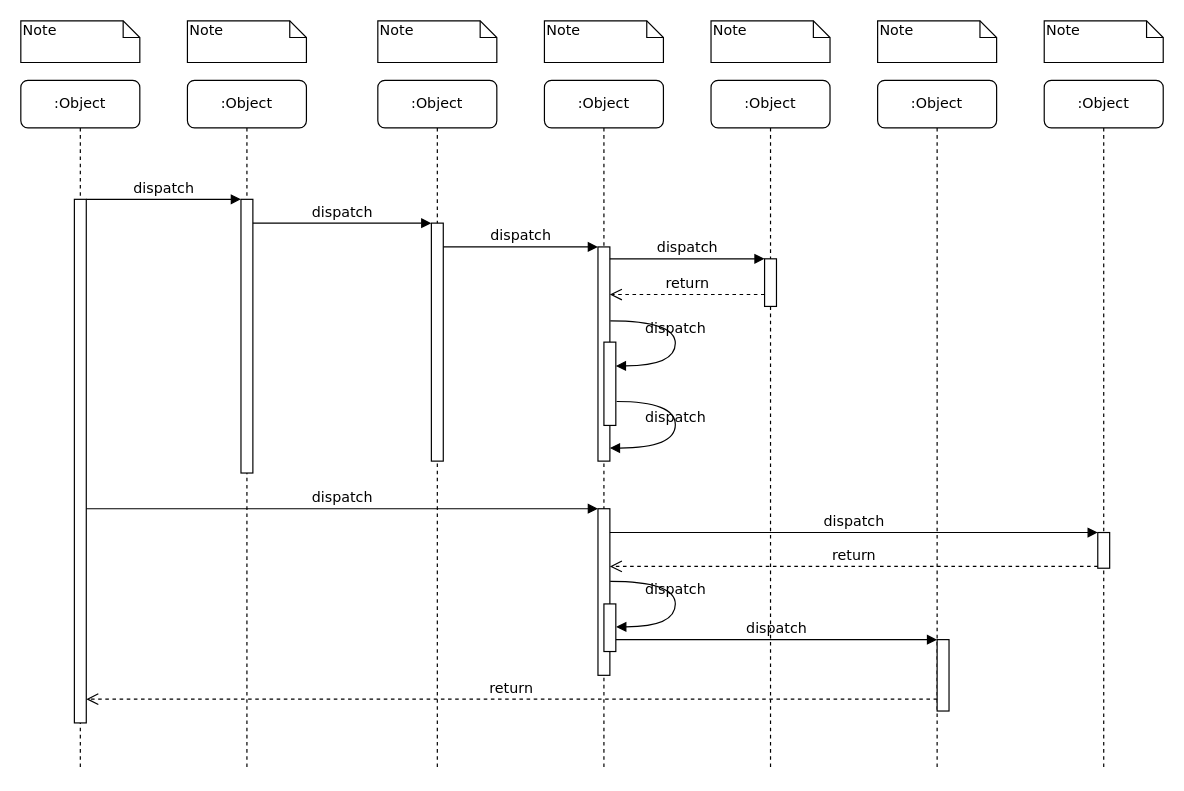
This is 未命名绘图.drawio from Colin007/diagrams, a draw.io file, before an edit. Source tidied: cells renumbered, new cells numbered last; positions are measured from the earlier drawing's top-left corner, leaving out a move shared by most shapes. Both pictures are drawn from the tidied source at 119%, with x=0, y=0 at pixel (20, 20).
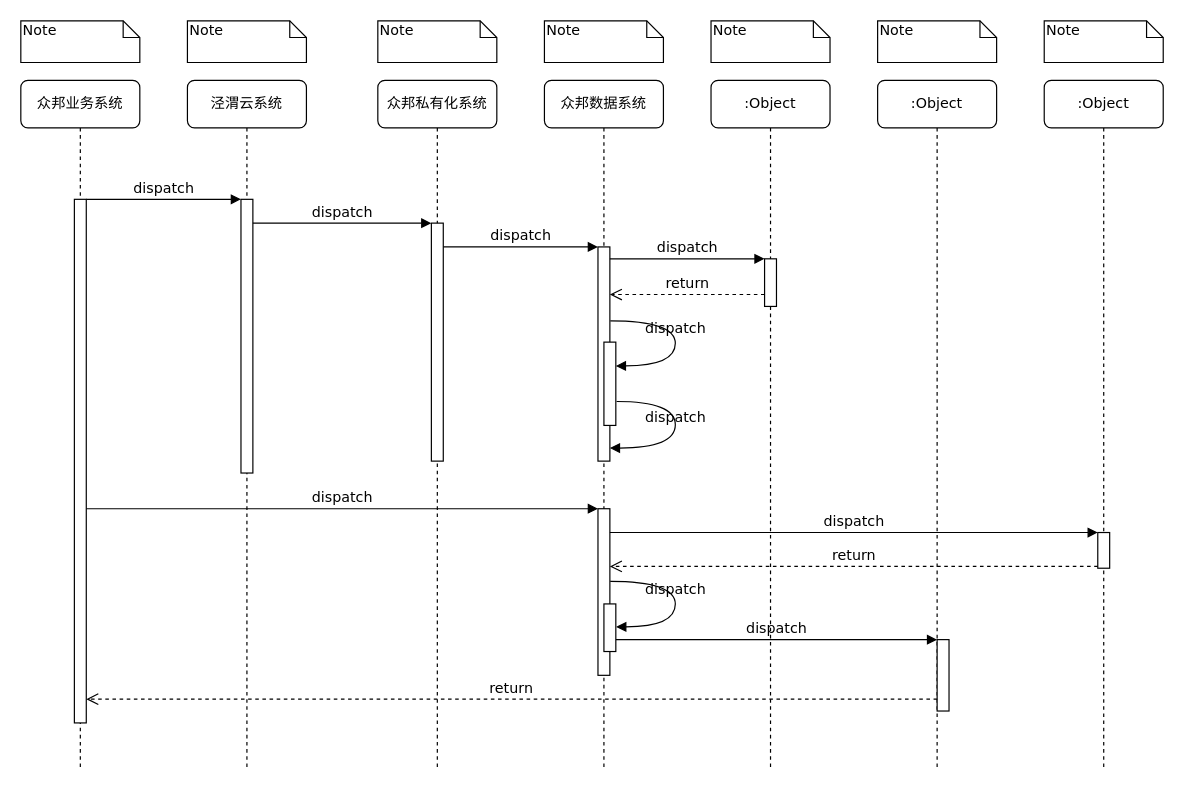
The same diagram, later.

Commit message:
众邦时序图.drawio

What changed in the source:
```diff
@@
-    <mxCell id="2" value=":Object" style="shape=umlLifeline;perimeter=lifelinePerimeter;whiteSpace=wrap;html=1;rounded=1;shadow=0;comic=0;labelBackgroundColor=none;strokeWidth=1;fontFamily=Verdana;fontSize=12;align=center;" parent="1" vertex="1">
+    <mxCell id="2" value="泾渭云系统" style="shape=umlLifeline;perimeter=lifelinePerimeter;whiteSpace=wrap;html=1;rounded=1;shadow=0;comic=0;labelBackgroundColor=none;strokeWidth=1;fontFamily=Verdana;fontSize=12;align=center;" parent="1" vertex="1">
       <mxGeometry x="140" y="50" width="100" height="580" as="geometry" />
     </mxCell>
@@
-    <mxCell id="4" value=":Object" style="shape=umlLifeline;perimeter=lifelinePerimeter;whiteSpace=wrap;html=1;rounded=1;shadow=0;comic=0;labelBackgroundColor=none;strokeWidth=1;fontFamily=Verdana;fontSize=12;align=center;" parent="1" vertex="1">
+    <mxCell id="4" value="众邦私有化系统" style="shape=umlLifeline;perimeter=lifelinePerimeter;whiteSpace=wrap;html=1;rounded=1;shadow=0;comic=0;labelBackgroundColor=none;strokeWidth=1;fontFamily=Verdana;fontSize=12;align=center;" parent="1" vertex="1">
       <mxGeometry x="300" y="50" width="100" height="580" as="geometry" />
     </mxCell>
@@
-    <mxCell id="6" value=":Object" style="shape=umlLifeline;perimeter=lifelinePerimeter;whiteSpace=wrap;html=1;rounded=1;shadow=0;comic=0;labelBackgroundColor=none;strokeWidth=1;fontFamily=Verdana;fontSize=12;align=center;" parent="1" vertex="1">
+    <mxCell id="6" value="众邦数据系统" style="shape=umlLifeline;perimeter=lifelinePerimeter;whiteSpace=wrap;html=1;rounded=1;shadow=0;comic=0;labelBackgroundColor=none;strokeWidth=1;fontFamily=Verdana;fontSize=12;align=center;" parent="1" vertex="1">
       <mxGeometry x="440" y="50" width="100" height="580" as="geometry" />
     </mxCell>
@@
-    <mxCell id="10" value=":Object" style="shape=umlLifeline;perimeter=lifelinePerimeter;whiteSpace=wrap;html=1;rounded=1;shadow=0;comic=0;labelBackgroundColor=none;strokeWidth=1;fontFamily=Verdana;fontSize=12;align=center;" parent="1" vertex="1">
+    <mxCell id="10" value="众邦业务系统" style="shape=umlLifeline;perimeter=lifelinePerimeter;whiteSpace=wrap;html=1;rounded=1;shadow=0;comic=0;labelBackgroundColor=none;strokeWidth=1;fontFamily=Verdana;fontSize=12;align=center;" parent="1" vertex="1">
       <mxGeometry y="50" width="100" height="580" as="geometry" />
     </mxCell>
```
